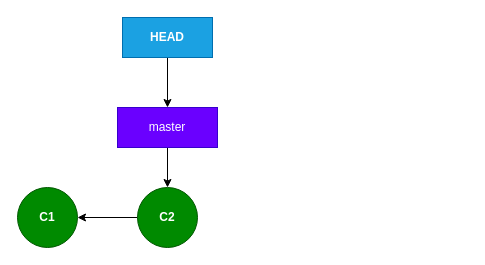
This is drawio/c2.drawio from gbroques/git-internals-presentation, a draw.io file, before an edit. Source tidied: cells renumbered, new cells numbered last; positions are measured from the earlier drawing's top-left corner, leaving out a move shared by most shapes. Both pictures are drawn from the tidied source at 100%, with x=0, y=0 at pixel (17, 17).
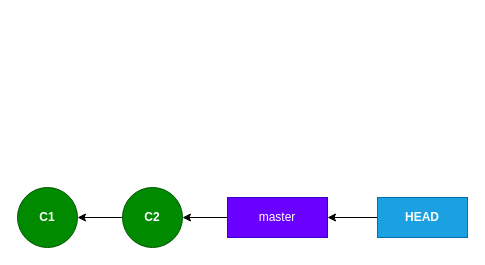
After the change.

The edit, as a diff of the source:
```diff
@@
 <mxGraphModel>
   <root>
     <mxCell id="0" />
     <mxCell id="1" parent="0" />
     <mxCell id="2" value="C1" style="ellipse;whiteSpace=wrap;html=1;fillColor=#008a00;strokeColor=#005700;fontColor=#ffffff;fontStyle=1;" parent="1" vertex="1">
       <mxGeometry y="170" width="60" height="60" as="geometry" />
     </mxCell>
-    <mxCell id="3" style="edgeStyle=orthogonalEdgeStyle;rounded=0;jettySize=auto;html=1;entryX=0.5;entryY=0;entryDx=0;entryDy=0;" parent="1" edge="1" source="4" target="8">
+    <mxCell id="3" style="edgeStyle=orthogonalEdgeStyle;rounded=0;jettySize=auto;html=1;entryX=1;entryY=0.5;entryDx=0;entryDy=0;" parent="1" edge="1" source="4" target="8">
       <mxGeometry relative="1" as="geometry" />
     </mxCell>
     <mxCell id="4" value="master" style="rounded=0;whiteSpace=wrap;html=1;fillColor=#6a00ff;strokeColor=#3700CC;fontColor=#ffffff;" parent="1" vertex="1">
-      <mxGeometry x="100" y="90" width="100" height="40" as="geometry" />
+      <mxGeometry x="210" y="180" width="100" height="40" as="geometry" />
     </mxCell>
-    <mxCell id="5" style="edgeStyle=orthogonalEdgeStyle;rounded=0;jettySize=auto;html=1;entryX=0.5;entryY=0;entryDx=0;entryDy=0;" parent="1" edge="1" source="6" target="4">
+    <mxCell id="5" style="edgeStyle=orthogonalEdgeStyle;rounded=0;jettySize=auto;html=1;entryX=1;entryY=0.5;entryDx=0;entryDy=0;" parent="1" edge="1" source="6" target="4">
       <mxGeometry relative="1" as="geometry" />
     </mxCell>
     <mxCell id="6" value="&lt;b&gt;HEAD&lt;/b&gt;" style="rounded=0;whiteSpace=wrap;html=1;fillColor=#1ba1e2;strokeColor=#006EAF;fontColor=#ffffff;" parent="1" vertex="1">
-      <mxGeometry x="105" width="90" height="40" as="geometry" />
+      <mxGeometry x="360" y="180" width="90" height="40" as="geometry" />
     </mxCell>
     <mxCell id="7" style="edgeStyle=orthogonalEdgeStyle;rounded=0;jettySize=auto;html=1;" parent="1" edge="1" source="8" target="2">
       <mxGeometry relative="1" as="geometry" />
     </mxCell>
     <mxCell id="8" value="C2" style="ellipse;whiteSpace=wrap;html=1;fillColor=#008a00;strokeColor=#005700;fontColor=#ffffff;fontStyle=1;" parent="1" vertex="1">
-      <mxGeometry x="120" y="170" width="60" height="60" as="geometry" />
+      <mxGeometry x="105" y="170" width="60" height="60" as="geometry" />
     </mxCell>
   </root>
 </mxGraphModel>
```
